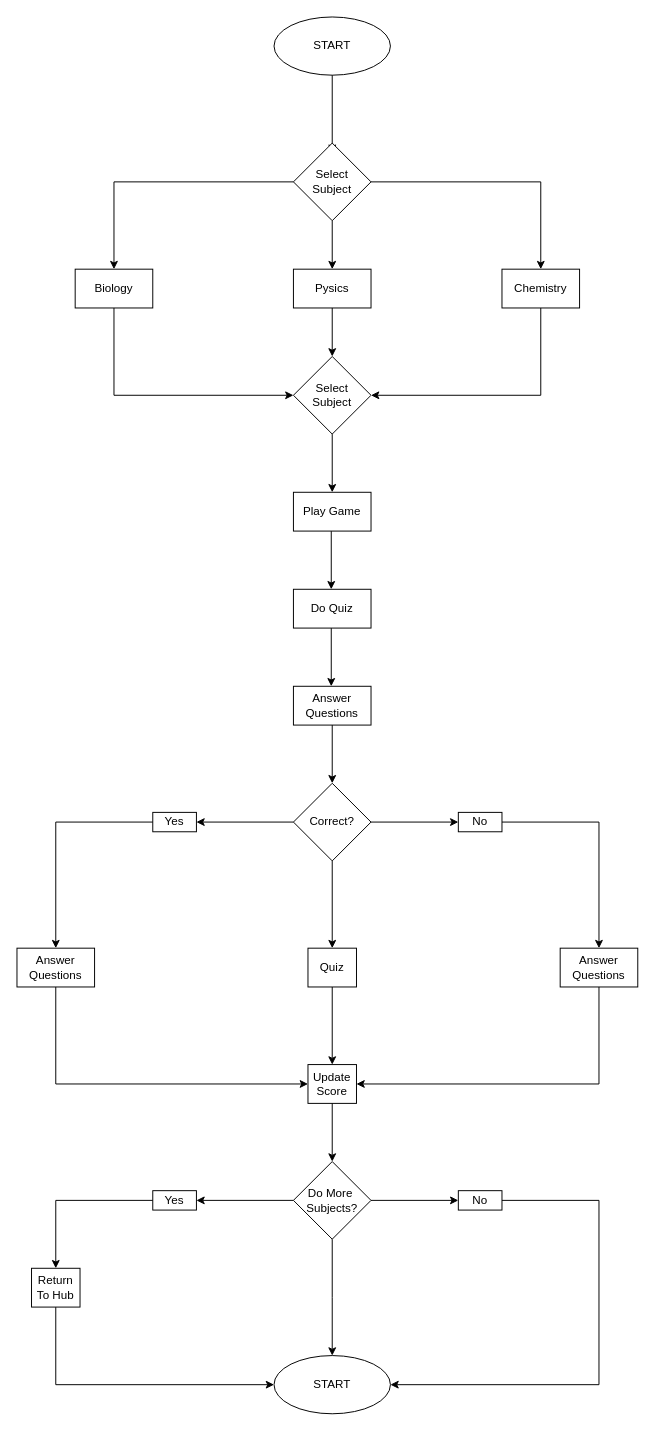
Before: Steam_Fest.drawio in MSG-PMG/Steam-Fest, a draw.io diagram. Source tidied: cells renumbered, new cells numbered last; positions are measured from the earlier drawing's top-left corner, leaving out a move shared by most shapes. Both pictures are drawn from the tidied source at 97%, with x=0, y=0 at pixel (16, 16).
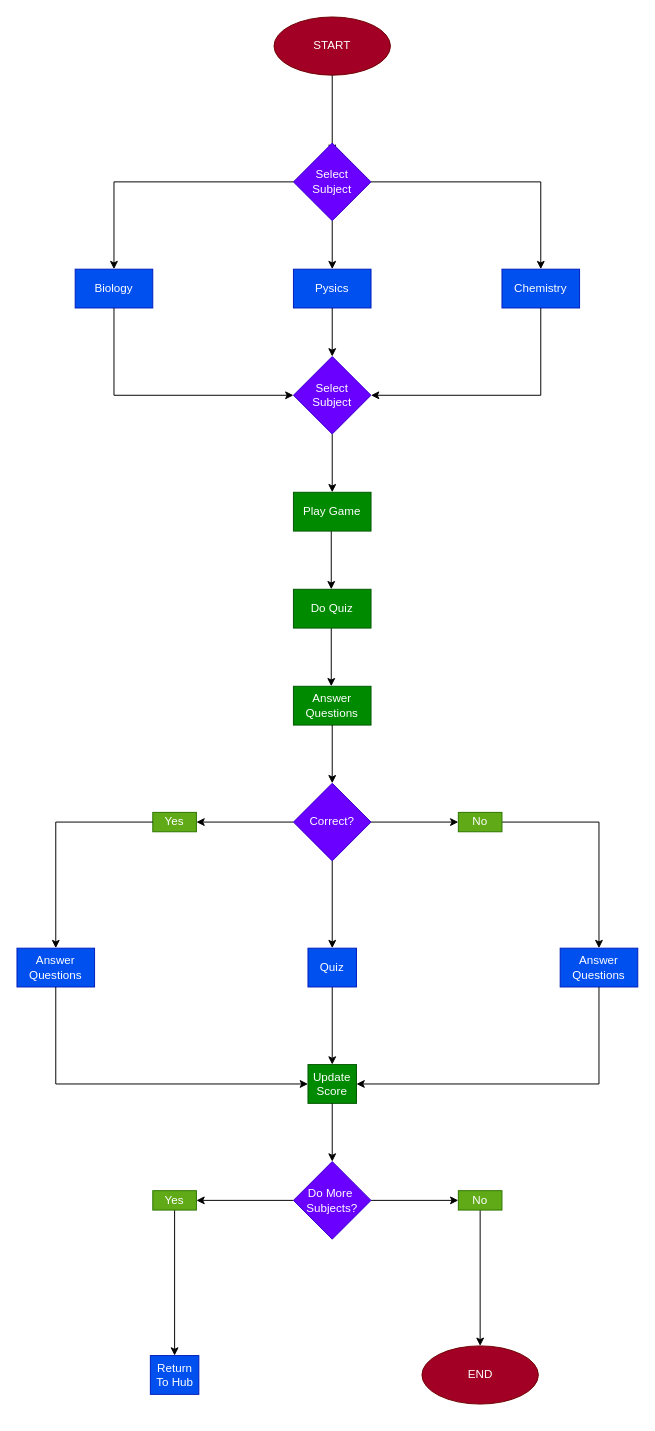
The same page after the edit.

The edit, as a diff of the source:
```diff
@@
-<mxGraphModel>
+<mxGraphModel background="#ffffff">
@@
-    <mxCell id="2" value="START" style="ellipse;whiteSpace=wrap;html=1;" parent="1" vertex="1">
+    <mxCell id="2" value="START" style="ellipse;whiteSpace=wrap;html=1;fillColor=#a20025;fontColor=#ffffff;strokeColor=#6F0000;" parent="1" vertex="1">
       <mxGeometry x="265" width="120" height="60" as="geometry" />
     </mxCell>
@@
-    <mxCell id="4" value="Select&lt;div&gt;Subject&lt;/div&gt;" style="rhombus;whiteSpace=wrap;html=1;" parent="1" vertex="1">
+    <mxCell id="4" value="Select&lt;div&gt;Subject&lt;/div&gt;" style="rhombus;whiteSpace=wrap;html=1;fillColor=#6a00ff;fontColor=#ffffff;strokeColor=#3700CC;shadow=0;rounded=0;" parent="1" vertex="1">
       <mxGeometry x="285" y="130" width="80" height="80" as="geometry" />
     </mxCell>
@@
-    <mxCell id="7" value="Biology" style="rounded=0;whiteSpace=wrap;html=1;" parent="1" vertex="1">
+    <mxCell id="7" value="Biology" style="rounded=0;whiteSpace=wrap;html=1;fillColor=#0050ef;fontColor=#ffffff;strokeColor=#001DBC;" parent="1" vertex="1">
       <mxGeometry x="60" y="260" width="80" height="40" as="geometry" />
     </mxCell>
@@
-    <mxCell id="9" value="Pysics" style="rounded=0;whiteSpace=wrap;html=1;" parent="1" vertex="1">
+    <mxCell id="9" value="Pysics" style="rounded=0;whiteSpace=wrap;html=1;fillColor=#0050ef;fontColor=#ffffff;strokeColor=#001DBC;" parent="1" vertex="1">
       <mxGeometry x="285" y="260" width="80" height="40" as="geometry" />
     </mxCell>
-    <mxCell id="10" value="Chemistry" style="rounded=0;whiteSpace=wrap;html=1;" parent="1" vertex="1">
+    <mxCell id="10" value="Chemistry" style="rounded=0;whiteSpace=wrap;html=1;fillColor=#0050ef;fontColor=#ffffff;strokeColor=#001DBC;" parent="1" vertex="1">
       <mxGeometry x="500" y="260" width="80" height="40" as="geometry" />
     </mxCell>
@@
-    <mxCell id="14" value="Select&lt;div&gt;Subject&lt;/div&gt;" style="rhombus;whiteSpace=wrap;html=1;" parent="1" vertex="1">
+    <mxCell id="14" value="Select&lt;div&gt;Subject&lt;/div&gt;" style="rhombus;whiteSpace=wrap;html=1;fillColor=#6a00ff;fontColor=#ffffff;strokeColor=#3700CC;" parent="1" vertex="1">
       <mxGeometry x="285" y="350" width="80" height="80" as="geometry" />
     </mxCell>
@@
-    <mxCell id="18" value="Play Game" style="rounded=0;whiteSpace=wrap;html=1;" parent="1" vertex="1">
+    <mxCell id="18" value="Play Game" style="rounded=0;whiteSpace=wrap;html=1;fillColor=#008a00;fontColor=#ffffff;strokeColor=#005700;" parent="1" vertex="1">
       <mxGeometry x="285" y="490" width="80" height="40" as="geometry" />
     </mxCell>
-    <mxCell id="19" value="Do Quiz" style="rounded=0;whiteSpace=wrap;html=1;" parent="1" vertex="1">
+    <mxCell id="19" value="Do Quiz" style="rounded=0;whiteSpace=wrap;html=1;fillColor=#008a00;fontColor=#ffffff;strokeColor=#005700;" parent="1" vertex="1">
       <mxGeometry x="285" y="590" width="80" height="40" as="geometry" />
     </mxCell>
-    <mxCell id="20" value="Answer Questions" style="rounded=0;whiteSpace=wrap;html=1;" parent="1" vertex="1">
+    <mxCell id="20" value="Answer Questions" style="rounded=0;whiteSpace=wrap;html=1;fillColor=#008a00;fontColor=#ffffff;strokeColor=#005700;" parent="1" vertex="1">
       <mxGeometry x="285" y="690" width="80" height="40" as="geometry" />
     </mxCell>
@@
-    <mxCell id="25" value="Correct?" style="rhombus;whiteSpace=wrap;html=1;" parent="1" vertex="1">
+    <mxCell id="25" value="Correct?" style="rhombus;whiteSpace=wrap;html=1;fillColor=#6a00ff;fontColor=#ffffff;strokeColor=#3700CC;" parent="1" vertex="1">
       <mxGeometry x="285" y="790" width="80" height="80" as="geometry" />
     </mxCell>
-    <mxCell id="26" value="Yes" style="whiteSpace=wrap;html=1;" parent="1" vertex="1">
+    <mxCell id="26" value="Yes" style="whiteSpace=wrap;html=1;fillColor=#60a917;fontColor=#ffffff;strokeColor=#2D7600;" parent="1" vertex="1">
       <mxGeometry x="140" y="820" width="45" height="20" as="geometry" />
     </mxCell>
@@
-    <mxCell id="29" value="No" style="whiteSpace=wrap;html=1;" parent="1" vertex="1">
+    <mxCell id="29" value="No" style="whiteSpace=wrap;html=1;fillColor=#60a917;fontColor=#ffffff;strokeColor=#2D7600;" parent="1" vertex="1">
       <mxGeometry x="455" y="820" width="45" height="20" as="geometry" />
     </mxCell>
@@
-    <mxCell id="31" value="Answer Questions" style="rounded=0;whiteSpace=wrap;html=1;" parent="1" vertex="1">
+    <mxCell id="31" value="Answer Questions" style="rounded=0;whiteSpace=wrap;html=1;fillColor=#0050ef;fontColor=#ffffff;strokeColor=#001DBC;" parent="1" vertex="1">
       <mxGeometry y="960" width="80" height="40" as="geometry" />
     </mxCell>
-    <mxCell id="32" value="Answer Questions" style="rounded=0;whiteSpace=wrap;html=1;" parent="1" vertex="1">
+    <mxCell id="32" value="Answer Questions" style="rounded=0;whiteSpace=wrap;html=1;fillColor=#0050ef;fontColor=#ffffff;strokeColor=#001DBC;" parent="1" vertex="1">
       <mxGeometry x="560" y="960" width="80" height="40" as="geometry" />
     </mxCell>
@@
-    <mxCell id="34" value="Quiz" style="whiteSpace=wrap;html=1;" parent="1" vertex="1">
+    <mxCell id="34" value="Quiz" style="whiteSpace=wrap;html=1;fillColor=#0050ef;fontColor=#ffffff;strokeColor=#001DBC;" parent="1" vertex="1">
       <mxGeometry x="300" y="960" width="50" height="40" as="geometry" />
     </mxCell>
-    <mxCell id="35" value="Update Score" style="whiteSpace=wrap;html=1;" parent="1" vertex="1">
+    <mxCell id="35" value="Update Score" style="whiteSpace=wrap;html=1;fillColor=#008a00;fontColor=#ffffff;strokeColor=#005700;" parent="1" vertex="1">
       <mxGeometry x="300" y="1080" width="50" height="40" as="geometry" />
     </mxCell>
@@
-    <mxCell id="41" style="edgeStyle=orthogonalEdgeStyle;rounded=0;jettySize=auto;html=1;" parent="1" edge="1" source="42">
-      <mxGeometry relative="1" as="geometry">
-        <mxPoint x="325" y="1380" as="targetPoint" />
-      </mxGeometry>
-    </mxCell>
-    <mxCell id="42" value="Do More&amp;nbsp; Subjects?" style="rhombus;whiteSpace=wrap;html=1;" parent="1" vertex="1">
+    <mxCell id="42" value="Do More&amp;nbsp; Subjects?" style="rhombus;whiteSpace=wrap;html=1;fillColor=#6a00ff;fontColor=#ffffff;strokeColor=#3700CC;" parent="1" vertex="1">
       <mxGeometry x="285" y="1180" width="80" height="80" as="geometry" />
     </mxCell>
+    <mxCell id="47" style="edgeStyle=orthogonalEdgeStyle;rounded=0;jettySize=auto;html=1;entryX=0.5;entryY=0;entryDx=0;entryDy=0;" parent="1" edge="1" source="43" target="51">
+      <mxGeometry relative="1" as="geometry" />
+    </mxCell>
-    <mxCell id="43" value="Yes" style="whiteSpace=wrap;html=1;" parent="1" vertex="1">
+    <mxCell id="43" value="Yes" style="whiteSpace=wrap;html=1;fillColor=#60a917;fontColor=#ffffff;strokeColor=#2D7600;" parent="1" vertex="1">
       <mxGeometry x="140" y="1210" width="45" height="20" as="geometry" />
     </mxCell>
+    <mxCell id="45" style="endArrow=classic;html=1;rounded=0;" parent="1" edge="1" target="46">
+      <mxGeometry relative="1" as="geometry">
+        <mxPoint x="470" y="1220" as="sourcePoint" />
+      </mxGeometry>
+    </mxCell>
-    <mxCell id="44" style="endArrow=classic;html=1;rounded=0;entryX=1;entryY=0.5;entryDx=0;entryDy=0;" parent="1" edge="1" source="46" target="49">
-      <mxGeometry relative="1" as="geometry">
-        <Array as="points">
-          <mxPoint x="600" y="1220" />
-          <mxPoint x="600" y="1410" />
-        </Array>
-      </mxGeometry>
+    <mxCell id="44" style="edgeStyle=orthogonalEdgeStyle;rounded=0;jettySize=auto;html=1;entryX=0.5;entryY=0;entryDx=0;entryDy=0;" parent="1" edge="1" source="46" target="49">
+      <mxGeometry relative="1" as="geometry" />
     </mxCell>
-    <mxCell id="45" style="endArrow=classic;html=1;rounded=0;" parent="1" edge="1" target="46">
-      <mxGeometry relative="1" as="geometry">
-        <mxPoint x="470" y="1220" as="sourcePoint" />
-      </mxGeometry>
-    </mxCell>
-    <mxCell id="46" value="No" style="whiteSpace=wrap;html=1;" parent="1" vertex="1">
+    <mxCell id="46" value="No" style="whiteSpace=wrap;html=1;fillColor=#60a917;fontColor=#ffffff;strokeColor=#2D7600;" parent="1" vertex="1">
       <mxGeometry x="455" y="1210" width="45" height="20" as="geometry" />
     </mxCell>
-    <mxCell id="47" style="endArrow=classic;html=1;rounded=0;exitX=0;exitY=0.5;exitDx=0;exitDy=0;entryX=0.5;entryY=0;entryDx=0;entryDy=0;" parent="1" edge="1" source="43" target="51">
-      <mxGeometry relative="1" as="geometry">
-        <Array as="points">
-          <mxPoint x="40" y="1220" />
-        </Array>
-      </mxGeometry>
-    </mxCell>
-    <mxCell id="48" style="endArrow=classic;html=1;rounded=0;entryX=0;entryY=0.5;entryDx=0;entryDy=0;" parent="1" edge="1" source="51" target="49">
-      <mxGeometry relative="1" as="geometry">
-        <Array as="points">
-          <mxPoint x="40" y="1410" />
-        </Array>
-      </mxGeometry>
-    </mxCell>
-    <mxCell id="49" value="START" style="ellipse;whiteSpace=wrap;html=1;" parent="1" vertex="1">
-      <mxGeometry x="265" y="1380" width="120" height="60" as="geometry" />
+    <mxCell id="49" value="END" style="ellipse;whiteSpace=wrap;html=1;fillColor=#a20025;fontColor=#ffffff;strokeColor=#6F0000;" parent="1" vertex="1">
+      <mxGeometry x="417.5" y="1370" width="120" height="60" as="geometry" />
     </mxCell>
-    <mxCell id="50" style="endArrow=classic;html=1;rounded=0;entryX=0;entryY=0.5;entryDx=0;entryDy=0;" parent="1" edge="1" target="51">
-      <mxGeometry relative="1" as="geometry">
-        <mxPoint x="40" y="1310" as="sourcePoint" />
-      </mxGeometry>
-    </mxCell>
-    <mxCell id="51" value="Return To Hub" style="whiteSpace=wrap;html=1;" parent="1" vertex="1">
-      <mxGeometry x="15" y="1290" width="50" height="40" as="geometry" />
+    <mxCell id="51" value="Return To Hub" style="whiteSpace=wrap;html=1;fillColor=#0050ef;fontColor=#ffffff;strokeColor=#001DBC;" parent="1" vertex="1">
+      <mxGeometry x="137.5" y="1380" width="50" height="40" as="geometry" />
     </mxCell>
```
